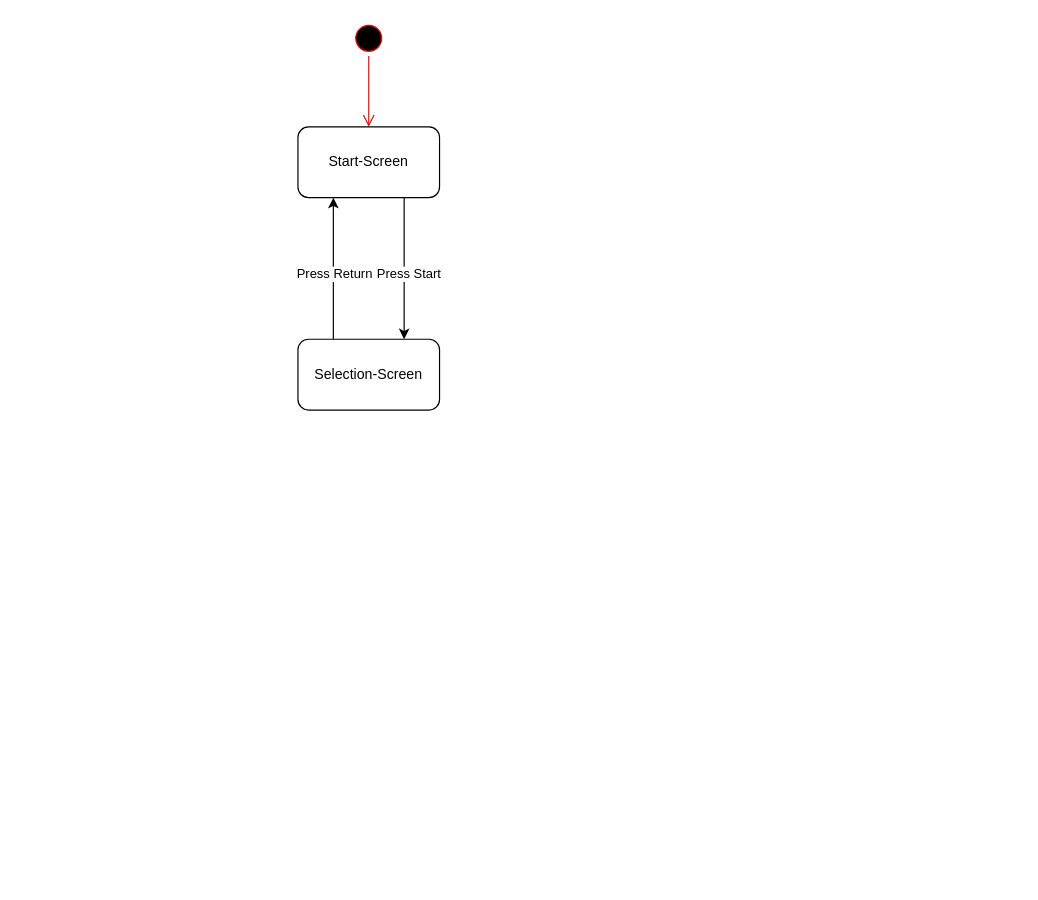
This is Zustandsdiagramm.drawio from JakobKrug/DrawIO, a draw.io file, before an edit. Source tidied: cells renumbered, new cells numbered last; positions are measured from the earlier drawing's top-left corner, leaving out a move shared by most shapes. Both pictures are drawn from the tidied source at 118%, with x=0, y=0 at pixel (297, 20).
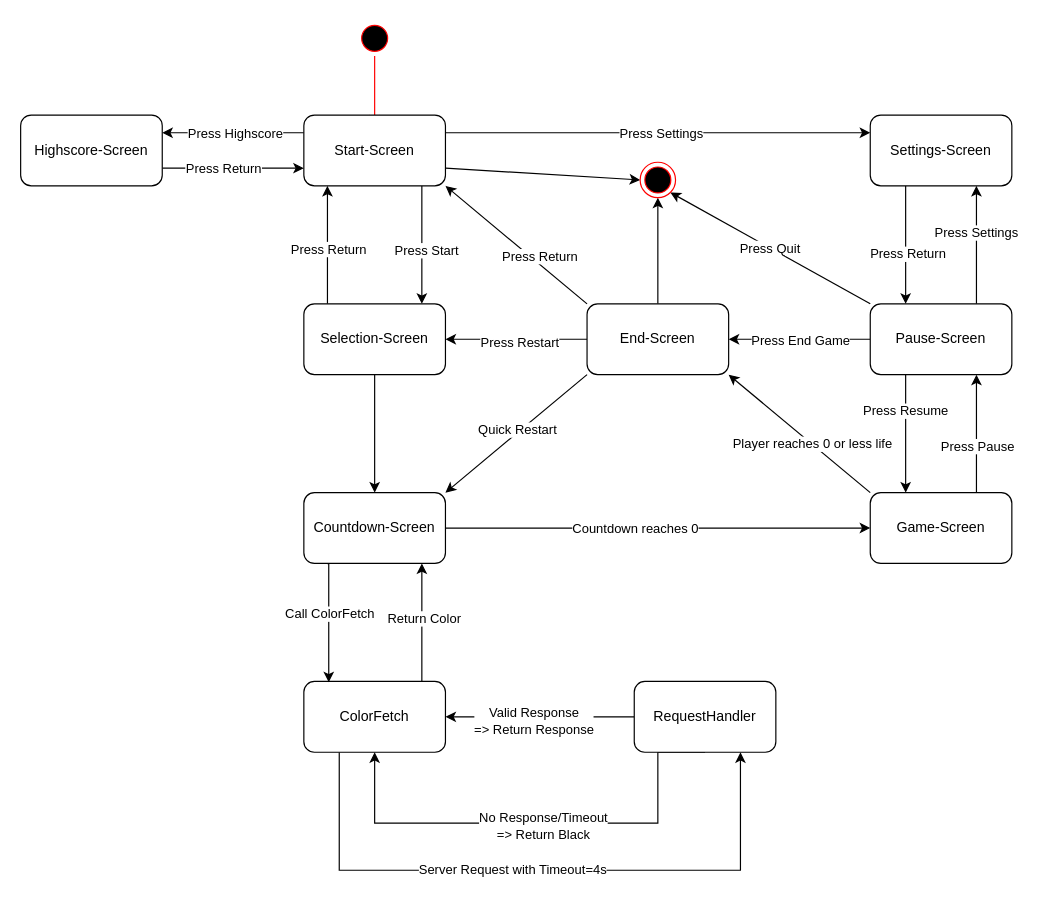
The same diagram, later.

What changed in the source:
```diff
@@
     <mxCell id="2" style="ellipse;html=1;shape=startState;fillColor=#000000;strokeColor=#ff0000;" parent="1" vertex="1">
-      <mxGeometry x="45" width="30" height="30" as="geometry" />
+      <mxGeometry x="50" width="30" height="30" as="geometry" />
     </mxCell>
     <mxCell id="3" style="edgeStyle=orthogonalEdgeStyle;html=1;verticalAlign=bottom;endArrow=open;endSize=8;strokeColor=#ff0000;rounded=0;" parent="1" edge="1" source="2">
       <mxGeometry relative="1" as="geometry">
-        <mxPoint x="60" y="90" as="targetPoint" />
+        <mxPoint x="65" y="90" as="targetPoint" />
       </mxGeometry>
     </mxCell>
-    <mxCell id="4" style="edgeStyle=orthogonalEdgeStyle;rounded=0;jettySize=auto;html=1;exitX=0.75;exitY=1;exitDx=0;exitDy=0;entryX=0.75;entryY=0;entryDx=0;entryDy=0;" parent="1" edge="1" source="6" target="9">
-      <mxGeometry relative="1" as="geometry" />
+    <mxCell id="4" style="edgeStyle=orthogonalEdgeStyle;rounded=0;orthogonalLoop=1;jettySize=auto;html=1;exitX=0.75;exitY=1;exitDx=0;exitDy=0;entryX=0.75;entryY=0;entryDx=0;entryDy=0;" parent="1" edge="1">
+      <mxGeometry relative="1" as="geometry">
+        <mxPoint x="105" y="140" as="sourcePoint" />
+        <mxPoint x="105" y="240" as="targetPoint" />
+      </mxGeometry>
     </mxCell>
@@
+    <mxCell id="10" style="rounded=0;jettySize=auto;html=1;entryX=0;entryY=0.5;entryDx=0;entryDy=0;exitX=1;exitY=0.75;exitDx=0;exitDy=0;" parent="1" edge="1" source="6" target="50">
+      <mxGeometry relative="1" as="geometry" />
+    </mxCell>
+    <mxCell id="11" style="edgeStyle=orthogonalEdgeStyle;rounded=0;orthogonalLoop=1;jettySize=auto;html=1;exitX=0;exitY=0.5;exitDx=0;exitDy=0;entryX=1;entryY=0.5;entryDx=0;entryDy=0;" parent="1" edge="1">
+      <mxGeometry relative="1" as="geometry">
+        <mxPoint x="5" y="95" as="sourcePoint" />
+        <mxPoint x="-115" y="95" as="targetPoint" />
+      </mxGeometry>
+    </mxCell>
+    <mxCell id="12" value="Press Highscore" style="edgeLabel;html=1;align=center;verticalAlign=middle;" parent="11" vertex="1">
+      <mxGeometry x="-0.02" relative="1" as="geometry" />
+    </mxCell>
+    <mxCell id="13" style="edgeStyle=orthogonalEdgeStyle;rounded=0;jettySize=auto;html=1;exitX=1;exitY=0.25;exitDx=0;exitDy=0;entryX=0;entryY=0.25;entryDx=0;entryDy=0;" parent="1" edge="1" source="6" target="49">
+      <mxGeometry relative="1" as="geometry" />
+    </mxCell>
+    <mxCell id="14" value="Press Settings" style="edgeLabel;html=1;align=center;verticalAlign=middle;" parent="13" vertex="1">
+      <mxGeometry x="-0.17" y="3" relative="1" as="geometry">
+        <mxPoint x="33" y="3" as="offset" />
+      </mxGeometry>
+    </mxCell>
     <mxCell id="6" value="Start-Screen" style="rounded=1;whiteSpace=wrap;html=1;" parent="1" vertex="1">
-      <mxGeometry y="90" width="120" height="60" as="geometry" />
+      <mxGeometry x="5" y="80" width="120" height="60" as="geometry" />
     </mxCell>
-    <mxCell id="7" style="edgeStyle=orthogonalEdgeStyle;rounded=0;jettySize=auto;html=1;exitX=0.25;exitY=0;exitDx=0;exitDy=0;entryX=0.25;entryY=1;entryDx=0;entryDy=0;" parent="1" edge="1" source="9" target="6">
-      <mxGeometry relative="1" as="geometry" />
+    <mxCell id="7" style="edgeStyle=orthogonalEdgeStyle;rounded=0;orthogonalLoop=1;jettySize=auto;html=1;exitX=0.25;exitY=0;exitDx=0;exitDy=0;entryX=0.25;entryY=1;entryDx=0;entryDy=0;" parent="1" edge="1">
+      <mxGeometry relative="1" as="geometry">
+        <mxPoint x="25" y="240" as="sourcePoint" />
+        <mxPoint x="25" y="140" as="targetPoint" />
+      </mxGeometry>
     </mxCell>
@@
+    <mxCell id="15" style="edgeStyle=orthogonalEdgeStyle;rounded=0;jettySize=auto;html=1;entryX=0.5;entryY=0;entryDx=0;entryDy=0;" parent="1" edge="1" source="9" target="25">
+      <mxGeometry relative="1" as="geometry" />
+    </mxCell>
     <mxCell id="9" value="Selection-Screen" style="rounded=1;whiteSpace=wrap;html=1;" parent="1" vertex="1">
-      <mxGeometry y="270" width="120" height="60" as="geometry" />
+      <mxGeometry x="5" y="240" width="120" height="60" as="geometry" />
     </mxCell>
+    <mxCell id="16" style="edgeStyle=orthogonalEdgeStyle;rounded=0;orthogonalLoop=1;jettySize=auto;html=1;exitX=0.75;exitY=0;exitDx=0;exitDy=0;entryX=0.75;entryY=1;entryDx=0;entryDy=0;" parent="1" edge="1">
+      <mxGeometry relative="1" as="geometry">
+        <mxPoint x="105" y="560" as="sourcePoint" />
+        <mxPoint x="105" y="460" as="targetPoint" />
+        <Array as="points">
+          <mxPoint x="105" y="510" />
+          <mxPoint x="105" y="510" />
+        </Array>
+      </mxGeometry>
+    </mxCell>
+    <mxCell id="17" value="Return Color" style="edgeLabel;html=1;align=center;verticalAlign=middle;" parent="16" vertex="1">
+      <mxGeometry x="0.08" y="-1" relative="1" as="geometry" />
+    </mxCell>
+    <mxCell id="18" style="edgeStyle=orthogonalEdgeStyle;rounded=0;jettySize=auto;html=1;exitX=0.25;exitY=1;exitDx=0;exitDy=0;entryX=0.75;entryY=1;entryDx=0;entryDy=0;" parent="1" edge="1" source="20" target="55">
+      <mxGeometry relative="1" as="geometry">
+        <Array as="points">
+          <mxPoint x="35" y="720" />
+          <mxPoint x="375" y="720" />
+        </Array>
+      </mxGeometry>
+    </mxCell>
+    <mxCell id="19" value="Server Request with Timeout=4s" style="edgeLabel;html=1;align=center;verticalAlign=middle;" parent="18" vertex="1">
+      <mxGeometry x="-0.09" y="1" relative="1" as="geometry" />
+    </mxCell>
+    <mxCell id="20" value="ColorFetch" style="rounded=1;whiteSpace=wrap;html=1;" parent="1" vertex="1">
+      <mxGeometry x="5" y="560" width="120" height="60" as="geometry" />
+    </mxCell>
+    <mxCell id="21" style="edgeStyle=orthogonalEdgeStyle;rounded=0;jettySize=auto;html=1;exitX=1;exitY=0.5;exitDx=0;exitDy=0;" parent="1" edge="1" source="25" target="30">
+      <mxGeometry relative="1" as="geometry" />
+    </mxCell>
+    <mxCell id="22" value="Countdown reaches 0" style="edgeLabel;html=1;align=center;verticalAlign=middle;" parent="21" vertex="1">
+      <mxGeometry x="-0.18" y="-2" relative="1" as="geometry">
+        <mxPoint x="12" y="-2" as="offset" />
+      </mxGeometry>
+    </mxCell>
+    <mxCell id="23" style="edgeStyle=orthogonalEdgeStyle;rounded=0;orthogonalLoop=1;jettySize=auto;html=1;exitX=0.074;exitY=0.989;exitDx=0;exitDy=0;exitPerimeter=0;" parent="1" edge="1">
+      <mxGeometry relative="1" as="geometry">
+        <mxPoint x="25" y="460.1" as="sourcePoint" />
+        <mxPoint x="26.1" y="560.7" as="targetPoint" />
+        <Array as="points">
+          <mxPoint x="26.1" y="459.7" />
+        </Array>
+      </mxGeometry>
+    </mxCell>
+    <mxCell id="24" value="Call ColorFetch" style="edgeLabel;html=1;align=center;verticalAlign=middle;" parent="23" vertex="1">
+      <mxGeometry x="-0.16" relative="1" as="geometry" />
+    </mxCell>
+    <mxCell id="25" value="Countdown-Screen" style="rounded=1;whiteSpace=wrap;html=1;" parent="1" vertex="1">
+      <mxGeometry x="5" y="400" width="120" height="60" as="geometry" />
+    </mxCell>
+    <mxCell id="26" style="rounded=0;jettySize=auto;html=1;exitX=0;exitY=0;exitDx=0;exitDy=0;entryX=1;entryY=1;entryDx=0;entryDy=0;" parent="1" edge="1" source="30" target="38">
+      <mxGeometry relative="1" as="geometry" />
+    </mxCell>
+    <mxCell id="27" value="Player reaches 0 or less life" style="edgeLabel;html=1;align=center;verticalAlign=middle;" parent="26" vertex="1">
+      <mxGeometry x="-0.17" relative="1" as="geometry" />
+    </mxCell>
+    <mxCell id="28" style="edgeStyle=orthogonalEdgeStyle;rounded=0;orthogonalLoop=1;jettySize=auto;html=1;exitX=0.5;exitY=0;exitDx=0;exitDy=0;entryX=0.5;entryY=1;entryDx=0;entryDy=0;" parent="1" edge="1">
+      <mxGeometry relative="1" as="geometry">
+        <mxPoint x="575" y="400" as="sourcePoint" />
+        <mxPoint x="575" y="300" as="targetPoint" />
+      </mxGeometry>
+    </mxCell>
+    <mxCell id="29" value="Press Pause" style="edgeLabel;html=1;align=center;verticalAlign=middle;" parent="28" vertex="1">
+      <mxGeometry x="0.06" relative="1" as="geometry">
+        <mxPoint y="13" as="offset" />
+      </mxGeometry>
+    </mxCell>
+    <mxCell id="30" value="Game-Screen" style="rounded=1;whiteSpace=wrap;html=1;" parent="1" vertex="1">
+      <mxGeometry x="485" y="400" width="120" height="60" as="geometry" />
+    </mxCell>
+    <mxCell id="31" style="edgeStyle=orthogonalEdgeStyle;rounded=0;jettySize=auto;html=1;entryX=1;entryY=0.5;entryDx=0;entryDy=0;" parent="1" edge="1" source="38" target="9">
+      <mxGeometry relative="1" as="geometry" />
+    </mxCell>
+    <mxCell id="32" value="Press Restart" style="edgeLabel;html=1;align=center;verticalAlign=middle;" parent="31" vertex="1">
+      <mxGeometry x="-0.04" y="2" relative="1" as="geometry" />
+    </mxCell>
+    <mxCell id="33" style="rounded=0;jettySize=auto;html=1;exitX=0;exitY=0;exitDx=0;exitDy=0;entryX=1;entryY=1;entryDx=0;entryDy=0;" parent="1" edge="1" source="38" target="6">
+      <mxGeometry relative="1" as="geometry" />
+    </mxCell>
+    <mxCell id="34" value="Press Return" style="edgeLabel;html=1;align=center;verticalAlign=middle;" parent="33" vertex="1">
+      <mxGeometry x="0.02" relative="1" as="geometry">
+        <mxPoint x="21" y="11" as="offset" />
+      </mxGeometry>
+    </mxCell>
+    <mxCell id="35" style="edgeStyle=orthogonalEdgeStyle;rounded=0;jettySize=auto;html=1;exitX=0.5;exitY=0;exitDx=0;exitDy=0;entryX=0.5;entryY=1;entryDx=0;entryDy=0;" parent="1" edge="1" source="38" target="50">
+      <mxGeometry relative="1" as="geometry" />
+    </mxCell>
+    <mxCell id="36" style="rounded=0;jettySize=auto;html=1;exitX=0;exitY=1;exitDx=0;exitDy=0;entryX=1;entryY=0;entryDx=0;entryDy=0;" parent="1" edge="1" source="38" target="25">
+      <mxGeometry relative="1" as="geometry" />
+    </mxCell>
+    <mxCell id="37" value="Quick Restart" style="edgeLabel;html=1;align=center;verticalAlign=middle;" parent="36" vertex="1">
+      <mxGeometry x="-0.01" y="-4" relative="1" as="geometry">
+        <mxPoint x="2" as="offset" />
+      </mxGeometry>
+    </mxCell>
+    <mxCell id="38" value="End-Screen" style="rounded=1;whiteSpace=wrap;html=1;" parent="1" vertex="1">
+      <mxGeometry x="245" y="240" width="120" height="60" as="geometry" />
+    </mxCell>
+    <mxCell id="39" style="edgeStyle=orthogonalEdgeStyle;rounded=0;jettySize=auto;html=1;entryX=1;entryY=0.5;entryDx=0;entryDy=0;" parent="1" edge="1" source="46" target="38">
+      <mxGeometry relative="1" as="geometry" />
+    </mxCell>
+    <mxCell id="40" value="Press End Game" style="edgeLabel;html=1;align=center;verticalAlign=middle;" parent="39" vertex="1">
+      <mxGeometry x="0.22" y="2" relative="1" as="geometry">
+        <mxPoint x="13" y="-2" as="offset" />
+      </mxGeometry>
+    </mxCell>
+    <mxCell id="41" style="edgeStyle=orthogonalEdgeStyle;rounded=0;orthogonalLoop=1;jettySize=auto;html=1;exitX=0.5;exitY=0;exitDx=0;exitDy=0;entryX=0.5;entryY=1;entryDx=0;entryDy=0;" parent="1" edge="1">
+      <mxGeometry relative="1" as="geometry">
+        <mxPoint x="575" y="240" as="sourcePoint" />
+        <mxPoint x="575" y="140" as="targetPoint" />
+      </mxGeometry>
+    </mxCell>
+    <mxCell id="42" value="Press Settings" style="edgeLabel;html=1;align=center;verticalAlign=middle;" parent="41" vertex="1">
+      <mxGeometry x="-0.03" y="1" relative="1" as="geometry">
+        <mxPoint y="-12" as="offset" />
+      </mxGeometry>
+    </mxCell>
+    <mxCell id="43" value="Press Quit" style="rounded=0;jettySize=auto;html=1;exitX=0;exitY=0;exitDx=0;exitDy=0;entryX=1;entryY=1;entryDx=0;entryDy=0;" parent="1" edge="1" source="46" target="50">
+      <mxGeometry relative="1" as="geometry" />
+    </mxCell>
+    <mxCell id="44" style="edgeStyle=orthogonalEdgeStyle;rounded=0;jettySize=auto;html=1;exitX=0.25;exitY=1;exitDx=0;exitDy=0;entryX=0.25;entryY=0;entryDx=0;entryDy=0;" parent="1" edge="1" source="46" target="30">
+      <mxGeometry relative="1" as="geometry" />
+    </mxCell>
+    <mxCell id="45" value="Press Resume" style="edgeLabel;html=1;align=center;verticalAlign=middle;" parent="44" vertex="1">
+      <mxGeometry x="0.43" y="-1" relative="1" as="geometry">
+        <mxPoint y="-42" as="offset" />
+      </mxGeometry>
+    </mxCell>
+    <mxCell id="46" value="Pause-Screen" style="rounded=1;whiteSpace=wrap;html=1;" parent="1" vertex="1">
+      <mxGeometry x="485" y="240" width="120" height="60" as="geometry" />
+    </mxCell>
+    <mxCell id="47" style="edgeStyle=orthogonalEdgeStyle;rounded=0;jettySize=auto;html=1;exitX=0.25;exitY=1;exitDx=0;exitDy=0;entryX=0.25;entryY=0;entryDx=0;entryDy=0;" parent="1" edge="1" source="49" target="46">
+      <mxGeometry relative="1" as="geometry" />
+    </mxCell>
+    <mxCell id="48" value="Press Return" style="edgeLabel;html=1;align=center;verticalAlign=middle;" parent="47" vertex="1">
+      <mxGeometry x="0.14" y="1" relative="1" as="geometry" />
+    </mxCell>
+    <mxCell id="49" value="Settings-Screen" style="rounded=1;whiteSpace=wrap;html=1;" parent="1" vertex="1">
+      <mxGeometry x="485" y="80" width="120" height="60" as="geometry" />
+    </mxCell>
+    <mxCell id="50" style="ellipse;html=1;shape=endState;fillColor=#000000;strokeColor=#ff0000;" parent="1" vertex="1">
+      <mxGeometry x="290" y="120" width="30" height="30" as="geometry" />
+    </mxCell>
+    <mxCell id="51" style="edgeStyle=orthogonalEdgeStyle;rounded=0;jettySize=auto;html=1;exitX=0;exitY=0.5;exitDx=0;exitDy=0;entryX=1;entryY=0.5;entryDx=0;entryDy=0;" parent="1" edge="1" source="55" target="20">
+      <mxGeometry relative="1" as="geometry">
+        <Array as="points">
+          <mxPoint x="235" y="590" />
+          <mxPoint x="235" y="590" />
+        </Array>
+      </mxGeometry>
+    </mxCell>
+    <mxCell id="52" value="&lt;div&gt;Valid Response&lt;/div&gt;&lt;div&gt;=&amp;gt; Return Response&lt;br&gt;&lt;/div&gt;" style="edgeLabel;html=1;align=center;verticalAlign=middle;" parent="51" vertex="1">
+      <mxGeometry x="0.08" y="3" relative="1" as="geometry" />
+    </mxCell>
+    <mxCell id="53" style="edgeStyle=orthogonalEdgeStyle;rounded=0;jettySize=auto;html=1;exitX=0.5;exitY=1;exitDx=0;exitDy=0;entryX=0.5;entryY=1;entryDx=0;entryDy=0;" parent="1" edge="1" source="55" target="20">
+      <mxGeometry relative="1" as="geometry">
+        <Array as="points">
+          <mxPoint x="305" y="620" />
+          <mxPoint x="305" y="680" />
+          <mxPoint x="65" y="680" />
+        </Array>
+      </mxGeometry>
+    </mxCell>
+    <mxCell id="54" value="&lt;div&gt;No Response/Timeout&lt;/div&gt;&lt;div&gt;=&amp;gt; Return Black&lt;/div&gt;" style="edgeLabel;html=1;align=center;verticalAlign=middle;" parent="53" vertex="1">
+      <mxGeometry x="-0.01" y="2" relative="1" as="geometry" />
+    </mxCell>
+    <mxCell id="55" value="RequestHandler" style="rounded=1;whiteSpace=wrap;html=1;" parent="1" vertex="1">
+      <mxGeometry x="285" y="560" width="120" height="60" as="geometry" />
+    </mxCell>
+    <mxCell id="56" style="edgeStyle=orthogonalEdgeStyle;rounded=0;jettySize=auto;html=1;exitX=1;exitY=0.75;exitDx=0;exitDy=0;entryX=0;entryY=0.75;entryDx=0;entryDy=0;" parent="1" edge="1" source="58" target="6">
+      <mxGeometry relative="1" as="geometry" />
+    </mxCell>
+    <mxCell id="57" value="Press Return" style="edgeLabel;html=1;align=center;verticalAlign=middle;" parent="56" vertex="1">
+      <mxGeometry x="-0.15" relative="1" as="geometry" />
+    </mxCell>
+    <mxCell id="58" value="Highscore-Screen" style="rounded=1;whiteSpace=wrap;html=1;" parent="1" vertex="1">
+      <mxGeometry x="-235" y="80" width="120" height="60" as="geometry" />
+    </mxCell>
```
